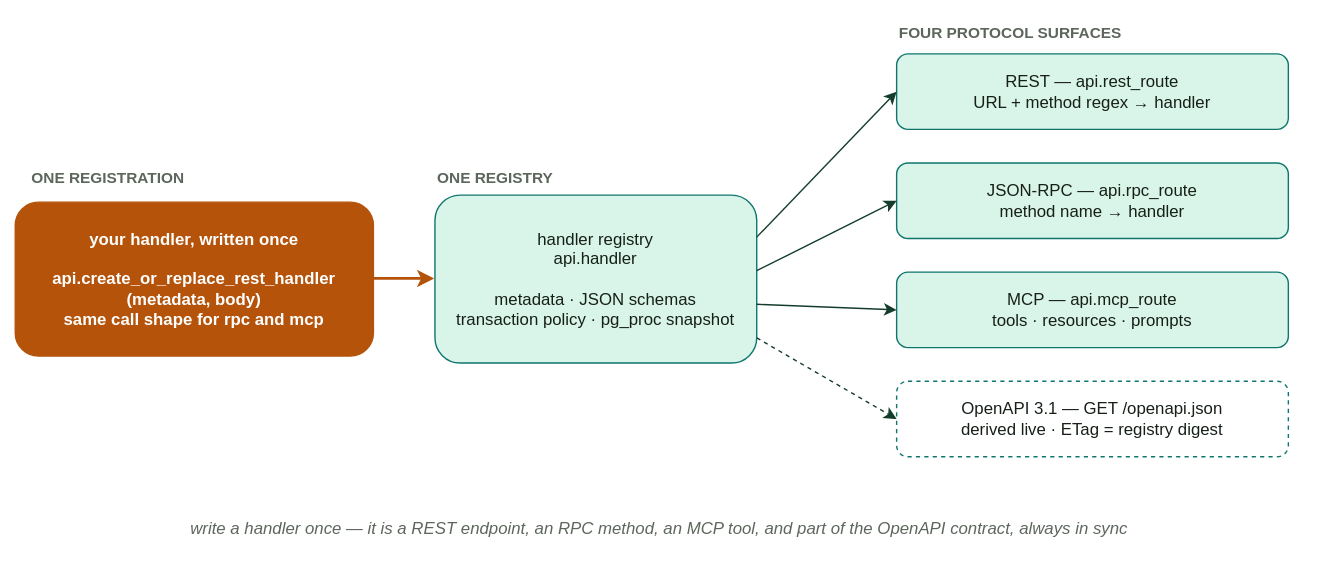
The draw.io diagram docs/diagrams/d11-one-registry-many-protocols.drawio.svg in vvka-141/pgmi, before a commit. Source tidied: cells renumbered, new cells last; positions are measured from the earlier drawing's top-left corner, leaving out a move shared by most shapes.
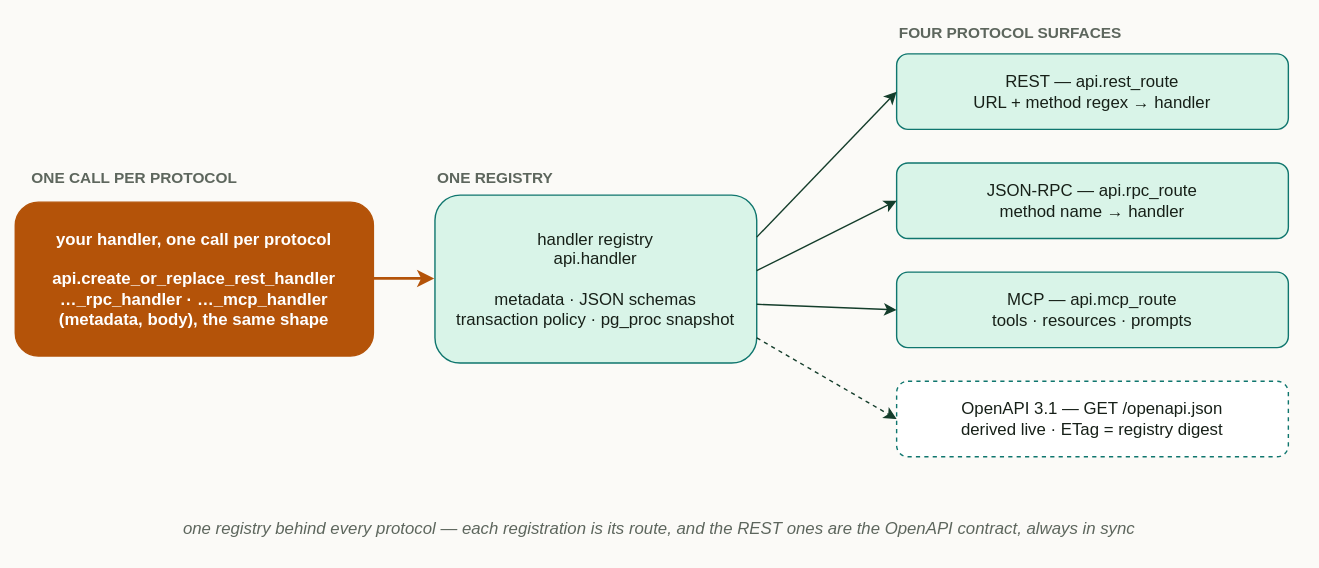
After the change.

Change to the diagram source:
```diff
@@ -2,7 +2,7 @@
   <root>
     <mxCell id="0" />
     <mxCell id="1" parent="0" />
-    <mxCell id="2" value="ONE REGISTRATION" style="text;html=1;align=left;fontStyle=1;fontSize=11;fontColor=#5d665d;" parent="1" vertex="1">
+    <mxCell id="2" value="ONE CALL PER PROTOCOL" style="text;html=1;align=left;fontStyle=1;fontSize=11;fontColor=#5d665d;" parent="1" vertex="1">
       <mxGeometry x="10" y="104" width="200" height="20" as="geometry" />
     </mxCell>
     <mxCell id="3" value="ONE REGISTRY" style="text;html=1;align=left;fontStyle=1;fontSize=11;fontColor=#5d665d;" parent="1" vertex="1">
@@ -11,7 +11,7 @@
     <mxCell id="4" value="FOUR PROTOCOL SURFACES" style="text;html=1;align=left;fontStyle=1;fontSize=11;fontColor=#5d665d;" parent="1" vertex="1">
       <mxGeometry x="630" width="280" height="20" as="geometry" />
     </mxCell>
-    <mxCell id="5" value="your handler, written once&#10;&#10;api.create_or_replace_rest_handler&#10;(metadata, body)&#10;same call shape for rpc and mcp" style="rounded=1;whiteSpace=wrap;html=1;fillColor=#b45309;strokeColor=#b45309;fontColor=#ffffff;fontStyle=1;fontSize=12;" parent="1" vertex="1">
+    <mxCell id="5" value="your handler, one call per protocol&#10;&#10;api.create_or_replace_rest_handler&#10;…_rpc_handler · …_mcp_handler&#10;(metadata, body), the same shape" style="rounded=1;whiteSpace=wrap;html=1;fillColor=#b45309;strokeColor=#b45309;fontColor=#ffffff;fontStyle=1;fontSize=12;" parent="1" vertex="1">
       <mxGeometry y="134" width="256" height="110" as="geometry" />
     </mxCell>
     <mxCell id="6" value="handler registry&#10;api.handler&#10;&#10;metadata · JSON schemas&#10;transaction policy · pg_proc snapshot" style="rounded=1;whiteSpace=wrap;html=1;fillColor=#d9f4e8;strokeColor=#0f766e;fontColor=#172018;fontSize=12;" parent="1" vertex="1">
@@ -44,7 +44,7 @@
     <mxCell id="15" style="html=1;endArrow=classic;strokeColor=#143d2b;dashed=1;exitX=1;exitY=0.85;entryX=0;entryY=0.5;" parent="1" edge="1" source="6" target="11">
       <mxGeometry relative="1" as="geometry" />
     </mxCell>
-    <mxCell id="16" value="write a handler once — it is a REST endpoint, an RPC method, an MCP tool, and part of the OpenAPI contract, always in sync" style="text;html=1;align=center;fontStyle=2;fontSize=12;fontColor=#5d665d;" parent="1" vertex="1">
+    <mxCell id="16" value="one registry behind every protocol — each registration is its route, and the REST ones are the OpenAPI contract, always in sync" style="text;html=1;align=center;fontStyle=2;fontSize=12;fontColor=#5d665d;" parent="1" vertex="1">
       <mxGeometry x="110" y="354" width="700" height="20" as="geometry" />
     </mxCell>
   </root>
```
